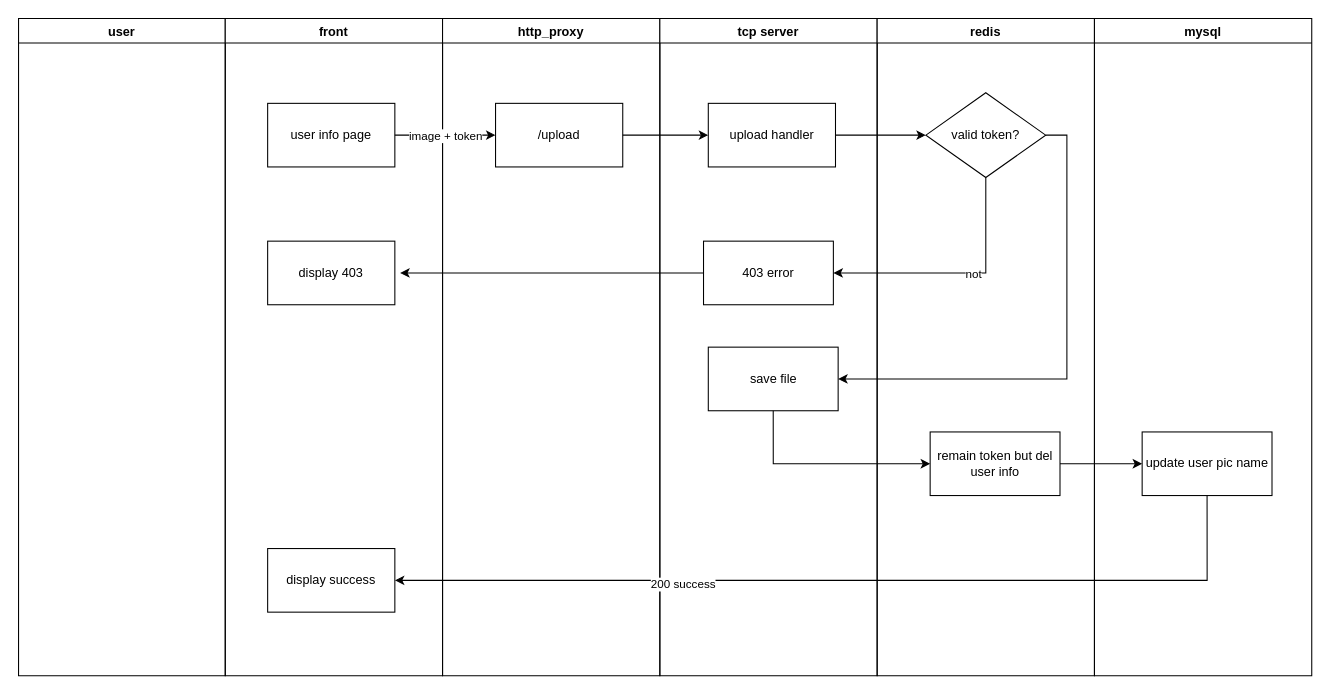
Before: network/changenicknameflow.drawio in xiaobaiTech/image, a draw.io diagram. Source tidied: cells renumbered, new cells numbered last; positions are measured from the earlier drawing's top-left corner, leaving out a move shared by most shapes. Both pictures are drawn from the tidied source at 106%, with x=0, y=0 at pixel (18, 18).
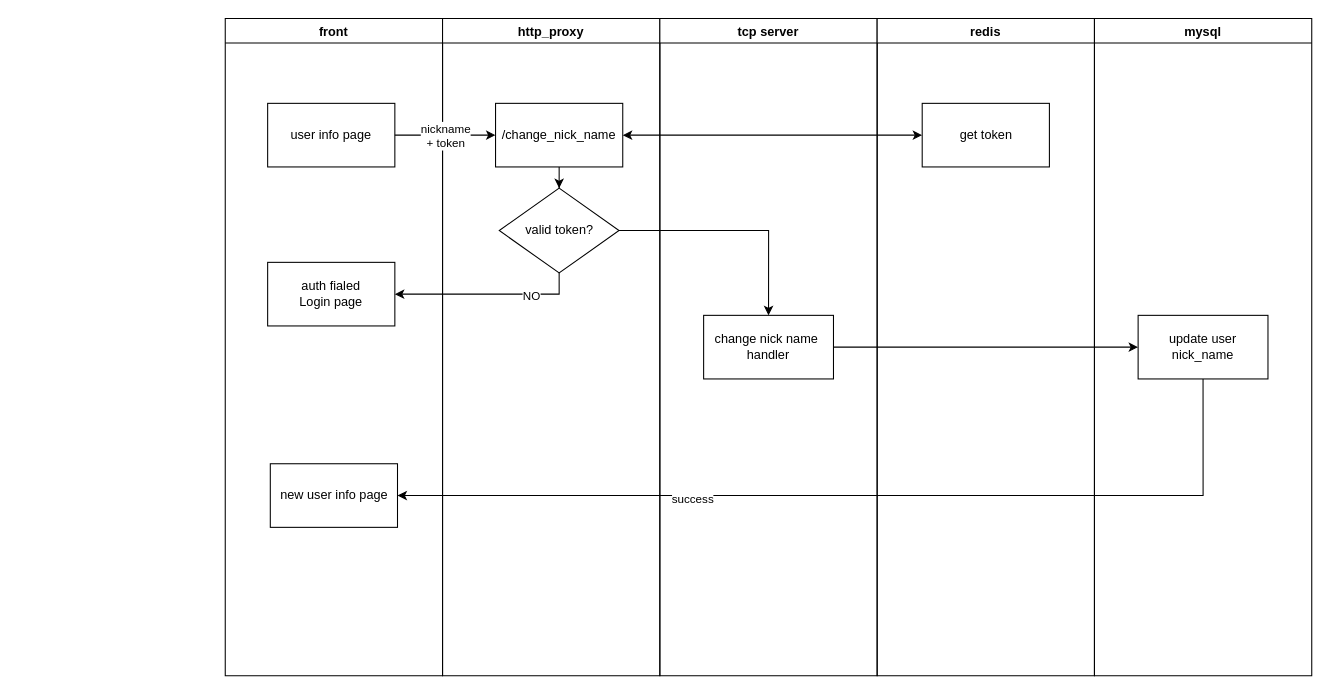
The same diagram, later.

Unchanged cells that the change refers to:
```xml
<mxCell id="3" value="front" style="swimlane;" parent="1" vertex="1">
  <mxGeometry x="195" width="205" height="620" as="geometry" />
</mxCell>
<mxCell id="7" value="http_proxy" style="swimlane;" parent="1" vertex="1">
  <mxGeometry x="400" width="205" height="620" as="geometry" />
</mxCell>
<mxCell id="9" value="tcp server" style="swimlane;" parent="1" vertex="1">
  <mxGeometry x="605" width="205" height="620" as="geometry" />
</mxCell>
<mxCell id="16" value="mysql" style="swimlane;" parent="1" vertex="1">
  <mxGeometry x="1015" width="205" height="620" as="geometry" />
</mxCell>
<mxCell id="18" style="edgeStyle=orthogonalEdgeStyle;rounded=0;jettySize=auto;html=1;exitX=1;exitY=0.5;exitDx=0;exitDy=0;" parent="1" edge="1" source="4" target="8">
  <mxGeometry relative="1" as="geometry" />
</mxCell>
<mxCell id="23" style="edgeStyle=orthogonalEdgeStyle;rounded=0;jettySize=auto;html=1;exitX=0.5;exitY=1;exitDx=0;exitDy=0;entryX=1;entryY=0.5;entryDx=0;entryDy=0;" parent="1" edge="1" source="17" target="6">
  <mxGeometry relative="1" as="geometry" />
</mxCell>
```

The edit, as a diff of the source:
```diff
@@
-    <mxCell id="2" value="user" style="swimlane;" parent="1" vertex="1">
-      <mxGeometry width="195" height="620" as="geometry" />
-    </mxCell>
@@
-    <mxCell id="5" value="display 403" style="rounded=0;whiteSpace=wrap;html=1;" parent="3" vertex="1">
-      <mxGeometry x="40" y="210" width="120" height="60" as="geometry" />
+    <mxCell id="5" value="auth fialed&lt;br&gt;Login page" style="rounded=0;whiteSpace=wrap;html=1;" parent="3" vertex="1">
+      <mxGeometry x="40" y="230" width="120" height="60" as="geometry" />
     </mxCell>
-    <mxCell id="6" value="display success" style="rounded=0;whiteSpace=wrap;html=1;" parent="3" vertex="1">
-      <mxGeometry x="40" y="500" width="120" height="60" as="geometry" />
+    <mxCell id="6" value="new user info page" style="rounded=0;whiteSpace=wrap;html=1;" parent="3" vertex="1">
+      <mxGeometry x="42.5" y="420" width="120" height="60" as="geometry" />
     </mxCell>
@@
+    <mxCell id="30" style="edgeStyle=orthogonalEdgeStyle;rounded=0;jettySize=auto;html=1;exitX=0.5;exitY=1;exitDx=0;exitDy=0;" parent="7" edge="1" source="8" target="14">
+      <mxGeometry relative="1" as="geometry" />
+    </mxCell>
-    <mxCell id="8" value="/upload" style="rounded=0;whiteSpace=wrap;html=1;" parent="7" vertex="1">
+    <mxCell id="8" value="/change_nick_name" style="rounded=0;whiteSpace=wrap;html=1;" parent="7" vertex="1">
       <mxGeometry x="50" y="80" width="120" height="60" as="geometry" />
     </mxCell>
+    <mxCell id="14" value="valid token?" style="rhombus;whiteSpace=wrap;html=1;" parent="7" vertex="1">
+      <mxGeometry x="53.5" y="160" width="113" height="80" as="geometry" />
+    </mxCell>
@@
+    <mxCell id="11" value="change nick name&amp;nbsp;&lt;br&gt;handler" style="rounded=0;whiteSpace=wrap;html=1;" parent="9" vertex="1">
+      <mxGeometry x="41.3" y="280" width="122.5" height="60" as="geometry" />
+    </mxCell>
+    <mxCell id="13" value="redis" style="swimlane;" parent="1" vertex="1">
+      <mxGeometry x="810" width="205" height="620" as="geometry" />
+    </mxCell>
-    <mxCell id="10" value="upload handler" style="rounded=0;whiteSpace=wrap;html=1;" parent="9" vertex="1">
-      <mxGeometry x="45.7" y="80" width="120" height="60" as="geometry" />
+    <mxCell id="10" value="get token" style="rounded=0;whiteSpace=wrap;html=1;" parent="13" vertex="1">
+      <mxGeometry x="42.5" y="80" width="120" height="60" as="geometry" />
     </mxCell>
-    <mxCell id="11" value="save file" style="rounded=0;whiteSpace=wrap;html=1;" parent="9" vertex="1">
-      <mxGeometry x="45.7" y="310" width="122.5" height="60" as="geometry" />
-    </mxCell>
-    <mxCell id="12" value="403 error" style="rounded=0;whiteSpace=wrap;html=1;" parent="9" vertex="1">
-      <mxGeometry x="41.2" y="210" width="122.5" height="60" as="geometry" />
-    </mxCell>
-    <mxCell id="13" value="redis" style="swimlane;" parent="1" vertex="1">
-      <mxGeometry x="810" width="205" height="620" as="geometry" />
-    </mxCell>
-    <mxCell id="14" value="valid token?" style="rhombus;whiteSpace=wrap;html=1;" parent="13" vertex="1">
-      <mxGeometry x="46" y="70" width="113" height="80" as="geometry" />
-    </mxCell>
-    <mxCell id="15" value="remain token but del&lt;br&gt;user info" style="rounded=0;whiteSpace=wrap;html=1;" parent="13" vertex="1">
-      <mxGeometry x="50" y="390" width="122.5" height="60" as="geometry" />
-    </mxCell>
@@
-    <mxCell id="17" value="update user pic name" style="rounded=0;whiteSpace=wrap;html=1;" parent="16" vertex="1">
-      <mxGeometry x="45" y="390" width="122.5" height="60" as="geometry" />
+    <mxCell id="17" value="update user nick_name" style="rounded=0;whiteSpace=wrap;html=1;" parent="16" vertex="1">
+      <mxGeometry x="41.2" y="280" width="122.5" height="60" as="geometry" />
     </mxCell>
@@
-    <mxCell id="19" value="image + token" style="edgeLabel;html=1;align=center;verticalAlign=middle;" parent="18" vertex="1">
+    <mxCell id="19" value="nickname &lt;br&gt;+ token" style="edgeLabel;html=1;align=center;verticalAlign=middle;" parent="18" vertex="1">
       <mxGeometry x="-0.41" y="-1" relative="1" as="geometry">
         <mxPoint x="19" y="-1" as="offset" />
       </mxGeometry>
     </mxCell>
-    <mxCell id="20" style="edgeStyle=orthogonalEdgeStyle;rounded=0;jettySize=auto;html=1;exitX=1;exitY=0.5;exitDx=0;exitDy=0;entryX=0;entryY=0.5;entryDx=0;entryDy=0;" parent="1" edge="1" source="8" target="10">
-      <mxGeometry relative="1" as="geometry" />
-    </mxCell>
-    <mxCell id="21" style="edgeStyle=orthogonalEdgeStyle;rounded=0;jettySize=auto;html=1;exitX=1;exitY=0.5;exitDx=0;exitDy=0;entryX=0;entryY=0.5;entryDx=0;entryDy=0;" parent="1" edge="1" source="10" target="14">
-      <mxGeometry relative="1" as="geometry" />
-    </mxCell>
-    <mxCell id="22" style="edgeStyle=orthogonalEdgeStyle;rounded=0;jettySize=auto;html=1;exitX=0;exitY=0.5;exitDx=0;exitDy=0;" parent="1" edge="1" source="12">
-      <mxGeometry relative="1" as="geometry">
-        <mxPoint x="360" y="240" as="targetPoint" />
-      </mxGeometry>
-    </mxCell>
@@
-    <mxCell id="24" value="200 success" style="edgeLabel;html=1;align=center;verticalAlign=middle;" parent="23" vertex="1">
+    <mxCell id="24" value="success" style="edgeLabel;html=1;align=center;verticalAlign=middle;" parent="23" vertex="1">
       <mxGeometry x="0.36" y="3" relative="1" as="geometry" />
     </mxCell>
-    <mxCell id="25" style="edgeStyle=orthogonalEdgeStyle;rounded=0;jettySize=auto;html=1;exitX=0.5;exitY=1;exitDx=0;exitDy=0;" parent="1" edge="1" source="14" target="12">
-      <mxGeometry relative="1" as="geometry">
-        <Array as="points">
-          <mxPoint x="913" y="240" />
-        </Array>
-      </mxGeometry>
-    </mxCell>
-    <mxCell id="26" value="not" style="edgeLabel;html=1;align=center;verticalAlign=middle;" parent="25" vertex="1">
-      <mxGeometry x="-0.13" relative="1" as="geometry" />
-    </mxCell>
+    <mxCell id="29" style="edgeStyle=orthogonalEdgeStyle;rounded=0;jettySize=auto;html=1;exitX=1;exitY=0.5;exitDx=0;exitDy=0;entryX=0;entryY=0.5;entryDx=0;entryDy=0;" parent="1" edge="1" source="11" target="17">
+      <mxGeometry relative="1" as="geometry" />
+    </mxCell>
+    <mxCell id="31" style="edgeStyle=orthogonalEdgeStyle;rounded=0;jettySize=auto;html=1;exitX=0.5;exitY=1;exitDx=0;exitDy=0;entryX=1;entryY=0.5;entryDx=0;entryDy=0;" parent="1" edge="1" source="14" target="5">
+      <mxGeometry relative="1" as="geometry" />
+    </mxCell>
+    <mxCell id="32" value="NO" style="edgeLabel;html=1;align=center;verticalAlign=middle;" parent="31" vertex="1">
+      <mxGeometry x="-0.46" y="1" relative="1" as="geometry" />
+    </mxCell>
+    <mxCell id="20" style="edgeStyle=orthogonalEdgeStyle;rounded=0;jettySize=auto;html=1;exitX=1;exitY=0.5;exitDx=0;exitDy=0;entryX=0;entryY=0.5;entryDx=0;entryDy=0;startArrow=classic;startFill=1;" parent="1" edge="1" source="8" target="10">
+      <mxGeometry relative="1" as="geometry" />
+    </mxCell>
-    <mxCell id="27" style="edgeStyle=orthogonalEdgeStyle;rounded=0;jettySize=auto;html=1;exitX=1;exitY=0.5;exitDx=0;exitDy=0;entryX=1;entryY=0.5;entryDx=0;entryDy=0;" parent="1" edge="1" source="14" target="11">
+    <mxCell id="27" style="edgeStyle=orthogonalEdgeStyle;rounded=0;jettySize=auto;html=1;exitX=1;exitY=0.5;exitDx=0;exitDy=0;entryX=0.5;entryY=0;entryDx=0;entryDy=0;startArrow=none;startFill=0;" parent="1" edge="1" source="14" target="11">
       <mxGeometry relative="1" as="geometry" />
     </mxCell>
-    <mxCell id="28" style="edgeStyle=orthogonalEdgeStyle;rounded=0;jettySize=auto;html=1;exitX=0.5;exitY=1;exitDx=0;exitDy=0;entryX=0;entryY=0.5;entryDx=0;entryDy=0;" parent="1" edge="1" source="11" target="15">
-      <mxGeometry relative="1" as="geometry" />
-    </mxCell>
-    <mxCell id="29" style="edgeStyle=orthogonalEdgeStyle;rounded=0;jettySize=auto;html=1;exitX=1;exitY=0.5;exitDx=0;exitDy=0;entryX=0;entryY=0.5;entryDx=0;entryDy=0;" parent="1" edge="1" source="15" target="17">
-      <mxGeometry relative="1" as="geometry" />
-    </mxCell>
```
